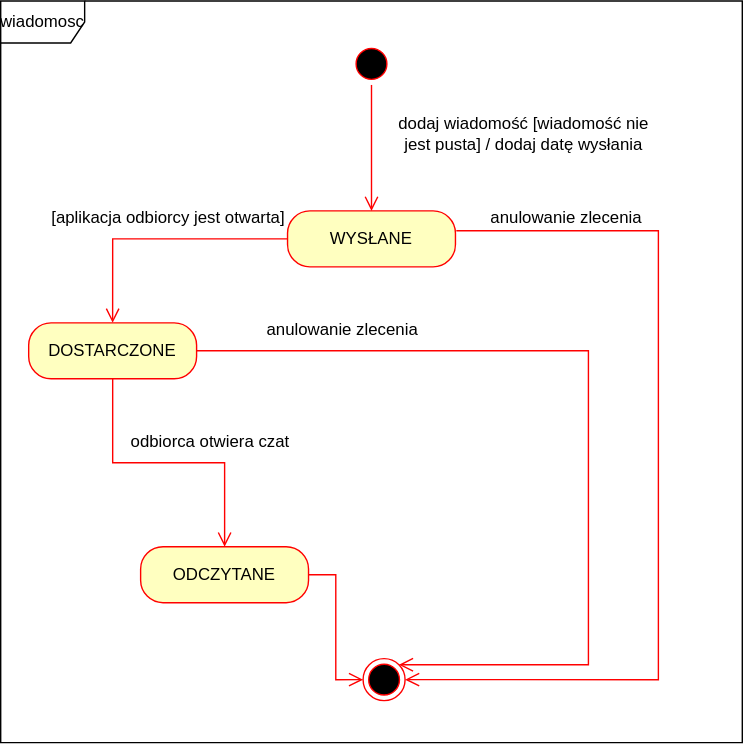
pborysq/ProjektIO keeps this draw.io diagram as DiagramStanow3.drawio.svg. Above is the earlier version. Source tidied: cells renumbered, new cells last; positions are measured from the earlier drawing's top-left corner, leaving out a move shared by most shapes.
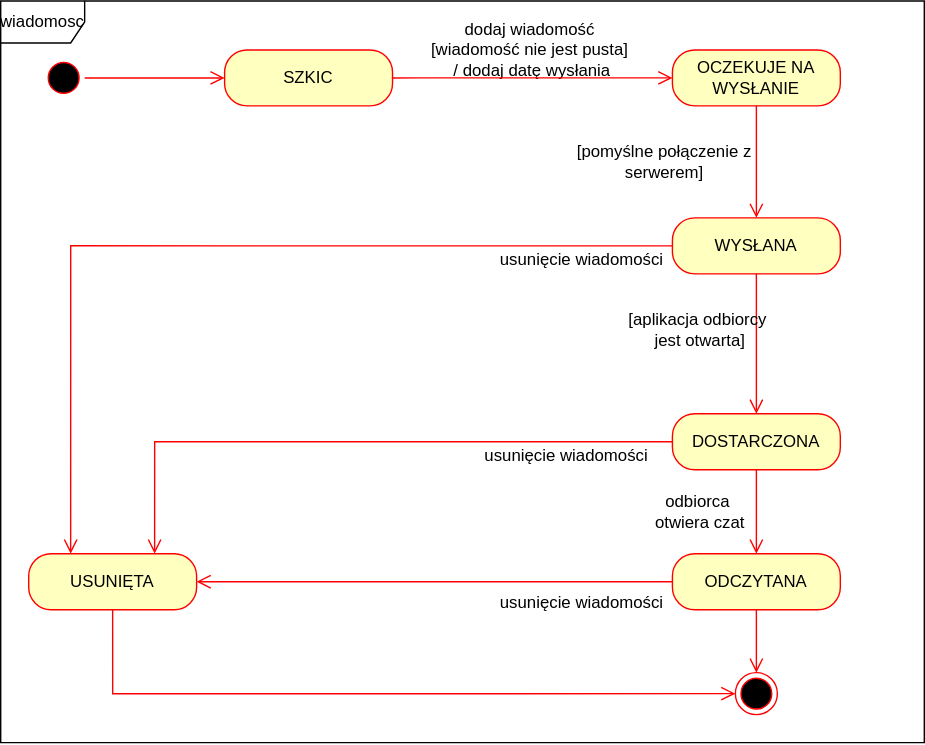
The same diagram one commit later.

What changed in the source:
```diff
@@ -3,65 +3,95 @@
     <mxCell id="0" />
     <mxCell id="1" parent="0" />
     <mxCell id="2" value="wiadomosc" style="shape=umlFrame;whiteSpace=wrap;html=1;" parent="1" vertex="1">
-      <mxGeometry width="530" height="530" as="geometry" />
+      <mxGeometry x="-130" width="660" height="530" as="geometry" />
     </mxCell>
     <mxCell id="3" style="ellipse;html=1;shape=startState;fillColor=#000000;strokeColor=#ff0000;" parent="1" vertex="1">
-      <mxGeometry x="250" y="30" width="30" height="30" as="geometry" />
+      <mxGeometry x="-100" y="40" width="30" height="30" as="geometry" />
     </mxCell>
-    <mxCell id="4" style="edgeStyle=orthogonalEdgeStyle;html=1;verticalAlign=bottom;endArrow=open;endSize=8;strokeColor=#ff0000;rounded=0;entryX=0.5;entryY=0;entryDx=0;entryDy=0;" parent="1" edge="1" source="3" target="5">
+    <mxCell id="4" style="edgeStyle=orthogonalEdgeStyle;html=1;verticalAlign=bottom;endArrow=open;endSize=8;strokeColor=#ff0000;rounded=0;entryX=0;entryY=0.5;entryDx=0;entryDy=0;" parent="1" edge="1" source="3" target="19">
       <mxGeometry relative="1" as="geometry" />
     </mxCell>
-    <mxCell id="5" value="WYSŁANE" style="rounded=1;whiteSpace=wrap;html=1;arcSize=40;fontColor=#000000;fillColor=#ffffc0;strokeColor=#ff0000;" parent="1" vertex="1">
-      <mxGeometry x="205" y="150" width="120" height="40" as="geometry" />
+    <mxCell id="5" value="WYSŁANA" style="rounded=1;whiteSpace=wrap;html=1;arcSize=40;fontColor=#000000;fillColor=#ffffc0;strokeColor=#ff0000;" parent="1" vertex="1">
+      <mxGeometry x="350" y="155" width="120" height="40" as="geometry" />
     </mxCell>
     <mxCell id="6" style="edgeStyle=orthogonalEdgeStyle;html=1;verticalAlign=bottom;endArrow=open;endSize=8;strokeColor=#ff0000;rounded=0;entryX=0.5;entryY=0;entryDx=0;entryDy=0;" parent="1" edge="1" source="5" target="9">
       <mxGeometry relative="1" as="geometry" />
     </mxCell>
-    <mxCell id="7" value="dodaj wiadomość [wiadomość nie jest pusta] / dodaj datę wysłania" style="text;html=1;whiteSpace=wrap;strokeColor=none;fillColor=none;align=center;verticalAlign=middle;rounded=0;" parent="1" vertex="1">
-      <mxGeometry x="274" y="80" width="200" height="30" as="geometry" />
+    <mxCell id="7" value="&lt;div&gt;dodaj wiadomość&amp;nbsp;&lt;/div&gt;&lt;div&gt;[wiadomość nie jest pusta]&amp;nbsp;&lt;/div&gt;&lt;div&gt;/ dodaj datę wysłania&lt;/div&gt;" style="text;html=1;whiteSpace=wrap;strokeColor=none;fillColor=none;align=center;verticalAlign=middle;rounded=0;" parent="1" vertex="1">
+      <mxGeometry x="150" y="20" width="200" height="30" as="geometry" />
     </mxCell>
     <mxCell id="8" style="ellipse;html=1;shape=endState;fillColor=#000000;strokeColor=#ff0000;" parent="1" vertex="1">
-      <mxGeometry x="259" y="470" width="30" height="30" as="geometry" />
+      <mxGeometry x="395" y="480" width="30" height="30" as="geometry" />
     </mxCell>
-    <mxCell id="9" value="&lt;div&gt;DOSTARCZONE&lt;/div&gt;" style="rounded=1;whiteSpace=wrap;html=1;arcSize=40;fontColor=#000000;fillColor=#ffffc0;strokeColor=#ff0000;" parent="1" vertex="1">
-      <mxGeometry x="20" y="230" width="120" height="40" as="geometry" />
+    <mxCell id="9" value="&lt;div&gt;DOSTARCZONA&lt;/div&gt;" style="rounded=1;whiteSpace=wrap;html=1;arcSize=40;fontColor=#000000;fillColor=#ffffc0;strokeColor=#ff0000;" parent="1" vertex="1">
+      <mxGeometry x="350" y="295" width="120" height="40" as="geometry" />
     </mxCell>
     <mxCell id="10" style="edgeStyle=orthogonalEdgeStyle;html=1;verticalAlign=bottom;endArrow=open;endSize=8;strokeColor=#ff0000;rounded=0;" parent="1" edge="1" source="9" target="11">
       <mxGeometry relative="1" as="geometry" />
     </mxCell>
-    <mxCell id="11" value="ODCZYTANE" style="rounded=1;whiteSpace=wrap;html=1;arcSize=40;fontColor=#000000;fillColor=#ffffc0;strokeColor=#ff0000;" parent="1" vertex="1">
-      <mxGeometry x="100" y="390" width="120" height="40" as="geometry" />
+    <mxCell id="11" value="&lt;div&gt;ODCZYTANA&lt;/div&gt;" style="rounded=1;whiteSpace=wrap;html=1;arcSize=40;fontColor=#000000;fillColor=#ffffc0;strokeColor=#ff0000;" parent="1" vertex="1">
+      <mxGeometry x="350" y="395" width="120" height="40" as="geometry" />
     </mxCell>
-    <mxCell id="12" style="edgeStyle=orthogonalEdgeStyle;html=1;verticalAlign=bottom;endArrow=open;endSize=8;strokeColor=#ff0000;rounded=0;entryX=0;entryY=0.5;entryDx=0;entryDy=0;" parent="1" edge="1" source="11" target="8">
+    <mxCell id="12" style="edgeStyle=orthogonalEdgeStyle;html=1;verticalAlign=bottom;endArrow=open;endSize=8;strokeColor=#ff0000;rounded=0;entryX=0.5;entryY=0;entryDx=0;entryDy=0;" parent="1" edge="1" source="11" target="8">
       <mxGeometry relative="1" as="geometry" />
     </mxCell>
-    <mxCell id="13" value="[aplikacja odbiorcy jest otwarta]" style="text;html=1;whiteSpace=wrap;strokeColor=none;fillColor=none;align=center;verticalAlign=middle;rounded=0;" parent="1" vertex="1">
-      <mxGeometry x="20" y="140" width="200" height="30" as="geometry" />
+    <mxCell id="13" value="&lt;div&gt;[aplikacja odbiorcy&amp;nbsp;&lt;/div&gt;&lt;div&gt;jest otwarta]&lt;/div&gt;" style="text;html=1;whiteSpace=wrap;strokeColor=none;fillColor=none;align=center;verticalAlign=middle;rounded=0;" parent="1" vertex="1">
+      <mxGeometry x="270" y="220" width="200" height="30" as="geometry" />
     </mxCell>
-    <mxCell id="14" value="odbiorca otwiera czat" style="text;html=1;whiteSpace=wrap;strokeColor=none;fillColor=none;align=center;verticalAlign=middle;rounded=0;" parent="1" vertex="1">
-      <mxGeometry x="50" y="300" width="200" height="30" as="geometry" />
+    <mxCell id="14" value="&lt;div&gt;odbiorca&amp;nbsp;&lt;/div&gt;&lt;div&gt;otwiera czat&lt;/div&gt;" style="text;html=1;whiteSpace=wrap;strokeColor=none;fillColor=none;align=center;verticalAlign=middle;rounded=0;" parent="1" vertex="1">
+      <mxGeometry x="270" y="350" width="200" height="30" as="geometry" />
     </mxCell>
-    <mxCell id="15" style="edgeStyle=orthogonalEdgeStyle;html=1;verticalAlign=bottom;endArrow=open;endSize=8;strokeColor=#ff0000;rounded=0;entryX=1;entryY=0.5;entryDx=0;entryDy=0;exitX=1.005;exitY=0.355;exitDx=0;exitDy=0;exitPerimeter=0;" parent="1" edge="1" source="5" target="8">
-      <mxGeometry relative="1" as="geometry">
-        <Array as="points">
-          <mxPoint x="470" y="164" />
-          <mxPoint x="470" y="485" />
-        </Array>
-      </mxGeometry>
-    </mxCell>
-    <mxCell id="16" style="edgeStyle=orthogonalEdgeStyle;html=1;verticalAlign=bottom;endArrow=open;endSize=8;strokeColor=#ff0000;rounded=0;entryX=1;entryY=0;entryDx=0;entryDy=0;exitX=1;exitY=0.5;exitDx=0;exitDy=0;" parent="1" edge="1" source="9" target="8">
-      <mxGeometry relative="1" as="geometry">
-        <Array as="points">
-          <mxPoint x="420" y="250" />
-          <mxPoint x="420" y="474" />
-        </Array>
-      </mxGeometry>
-    </mxCell>
-    <mxCell id="17" value="anulowanie zlecenia" style="text;html=1;whiteSpace=wrap;strokeColor=none;fillColor=none;align=center;verticalAlign=middle;rounded=0;" parent="1" vertex="1">
-      <mxGeometry x="180" y="220" width="129" height="30" as="geometry" />
-    </mxCell>
-    <mxCell id="18" value="anulowanie zlecenia" style="text;html=1;whiteSpace=wrap;strokeColor=none;fillColor=none;align=center;verticalAlign=middle;rounded=0;" parent="1" vertex="1">
-      <mxGeometry x="340" y="140" width="129" height="30" as="geometry" />
-    </mxCell>
+    <mxCell id="19" value="&lt;div&gt;SZKIC&lt;/div&gt;" style="rounded=1;whiteSpace=wrap;html=1;arcSize=40;fontColor=#000000;fillColor=#ffffc0;strokeColor=#ff0000;" parent="1" vertex="1">
+      <mxGeometry x="30" y="35" width="120" height="40" as="geometry" />
+    </mxCell>
+    <mxCell id="20" style="edgeStyle=orthogonalEdgeStyle;html=1;verticalAlign=bottom;endArrow=open;endSize=8;strokeColor=#ff0000;rounded=0;exitX=1;exitY=0.5;exitDx=0;exitDy=0;" parent="1" edge="1" source="19" target="23">
+      <mxGeometry relative="1" as="geometry">
+        <Array as="points">
+          <mxPoint x="170" y="55" />
+          <mxPoint x="170" y="55" />
+        </Array>
+      </mxGeometry>
+    </mxCell>
+    <mxCell id="21" value="USUNIĘTA" style="rounded=1;whiteSpace=wrap;html=1;arcSize=40;fontColor=#000000;fillColor=#ffffc0;strokeColor=#ff0000;" parent="1" vertex="1">
+      <mxGeometry x="-110" y="395" width="120" height="40" as="geometry" />
+    </mxCell>
+    <mxCell id="22" style="edgeStyle=orthogonalEdgeStyle;html=1;verticalAlign=bottom;endArrow=open;endSize=8;strokeColor=#ff0000;rounded=0;entryX=0;entryY=0.5;entryDx=0;entryDy=0;exitX=0.5;exitY=1;exitDx=0;exitDy=0;" parent="1" edge="1" source="21" target="8">
+      <mxGeometry relative="1" as="geometry" />
+    </mxCell>
+    <mxCell id="23" value="OCZEKUJE NA WYSŁANIE" style="rounded=1;whiteSpace=wrap;html=1;arcSize=40;fontColor=#000000;fillColor=#ffffc0;strokeColor=#ff0000;" parent="1" vertex="1">
+      <mxGeometry x="350" y="35" width="120" height="40" as="geometry" />
+    </mxCell>
+    <mxCell id="24" style="edgeStyle=orthogonalEdgeStyle;html=1;verticalAlign=bottom;endArrow=open;endSize=8;strokeColor=#ff0000;rounded=0;entryX=0.5;entryY=0;entryDx=0;entryDy=0;exitX=0.5;exitY=1;exitDx=0;exitDy=0;" parent="1" edge="1" source="23" target="5">
+      <mxGeometry relative="1" as="geometry" />
+    </mxCell>
+    <mxCell id="25" value="[pomyślne połączenie z serwerem]" style="text;html=1;whiteSpace=wrap;strokeColor=none;fillColor=none;align=center;verticalAlign=middle;rounded=0;" parent="1" vertex="1">
+      <mxGeometry x="280" y="100" width="129" height="30" as="geometry" />
+    </mxCell>
+    <mxCell id="26" style="edgeStyle=orthogonalEdgeStyle;html=1;verticalAlign=bottom;endArrow=open;endSize=8;strokeColor=#ff0000;rounded=0;entryX=0.25;entryY=0;entryDx=0;entryDy=0;exitX=0;exitY=0.5;exitDx=0;exitDy=0;" parent="1" edge="1" source="5" target="21">
+      <mxGeometry relative="1" as="geometry">
+        <Array as="points">
+          <mxPoint x="-80" y="175" />
+        </Array>
+      </mxGeometry>
+    </mxCell>
+    <mxCell id="27" style="edgeStyle=orthogonalEdgeStyle;html=1;verticalAlign=bottom;endArrow=open;endSize=8;strokeColor=#ff0000;rounded=0;entryX=0.75;entryY=0;entryDx=0;entryDy=0;exitX=0;exitY=0.5;exitDx=0;exitDy=0;" parent="1" edge="1" source="9" target="21">
+      <mxGeometry relative="1" as="geometry">
+        <Array as="points">
+          <mxPoint x="-20" y="315" />
+        </Array>
+      </mxGeometry>
+    </mxCell>
+    <mxCell id="28" style="edgeStyle=orthogonalEdgeStyle;html=1;verticalAlign=bottom;endArrow=open;endSize=8;strokeColor=#ff0000;rounded=0;entryX=1;entryY=0.5;entryDx=0;entryDy=0;exitX=0;exitY=0.5;exitDx=0;exitDy=0;" parent="1" edge="1" source="11" target="21">
+      <mxGeometry relative="1" as="geometry" />
+    </mxCell>
+    <mxCell id="29" value="usunięcie wiadomości" style="text;html=1;whiteSpace=wrap;strokeColor=none;fillColor=none;align=center;verticalAlign=middle;rounded=0;" parent="1" vertex="1">
+      <mxGeometry x="221" y="170" width="129" height="30" as="geometry" />
+    </mxCell>
+    <mxCell id="30" value="usunięcie wiadomości" style="text;html=1;whiteSpace=wrap;strokeColor=none;fillColor=none;align=center;verticalAlign=middle;rounded=0;" parent="1" vertex="1">
+      <mxGeometry x="210" y="310" width="129" height="30" as="geometry" />
+    </mxCell>
+    <mxCell id="31" value="usunięcie wiadomości" style="text;html=1;whiteSpace=wrap;strokeColor=none;fillColor=none;align=center;verticalAlign=middle;rounded=0;" parent="1" vertex="1">
+      <mxGeometry x="221" y="415" width="129" height="30" as="geometry" />
+    </mxCell>
   </root>
 </mxGraphModel>
```
